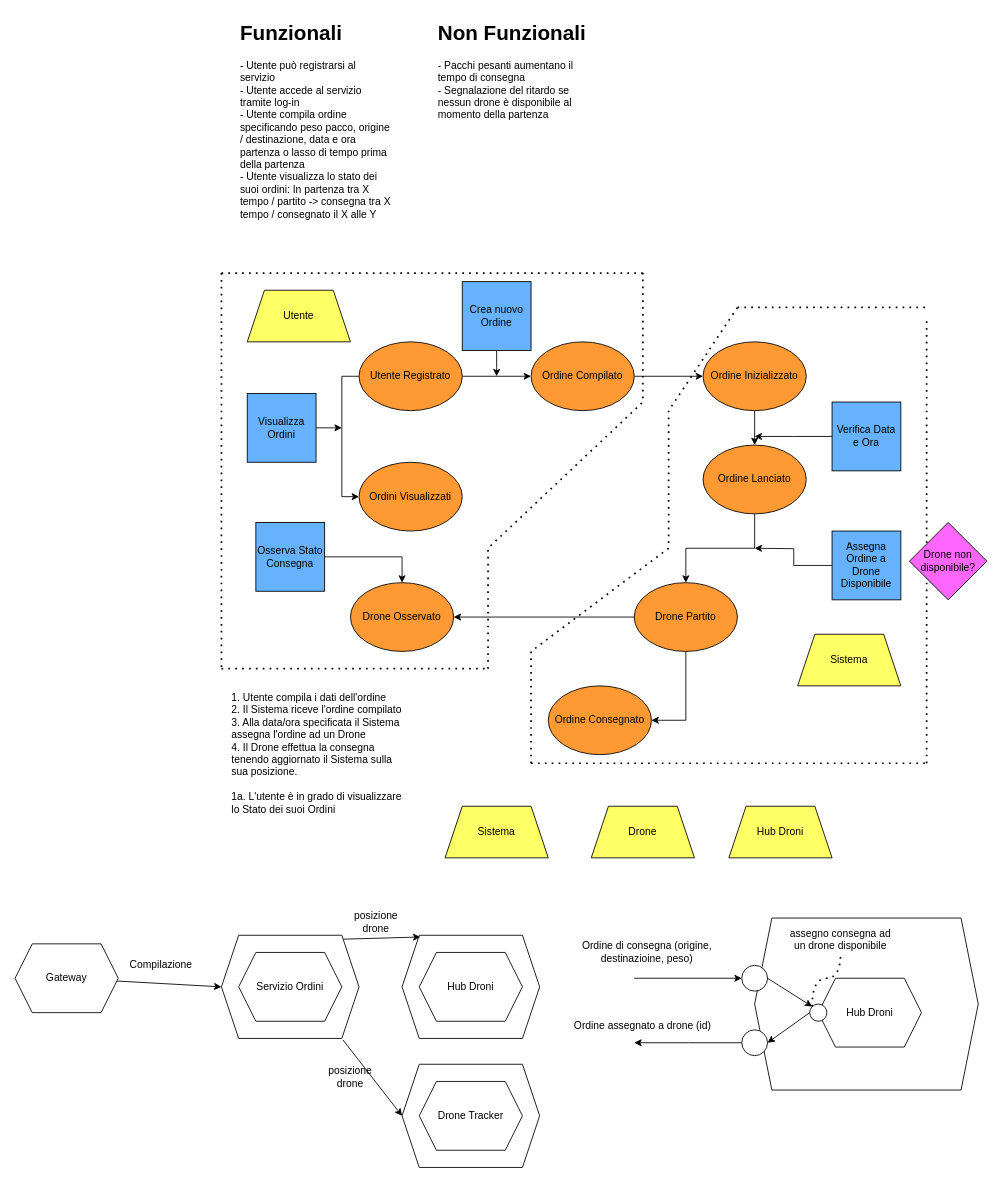
AlessandroStefani/sap_assignment01 keeps this draw.io diagram as doc/event_storming_system.drawio. Above is the earlier version. Source tidied: cells renumbered, new cells numbered last; positions are measured from the earlier drawing's top-left corner, leaving out a move shared by most shapes. Both pictures are drawn from the tidied source at 86%, with x=0, y=0 at pixel (15, 15).
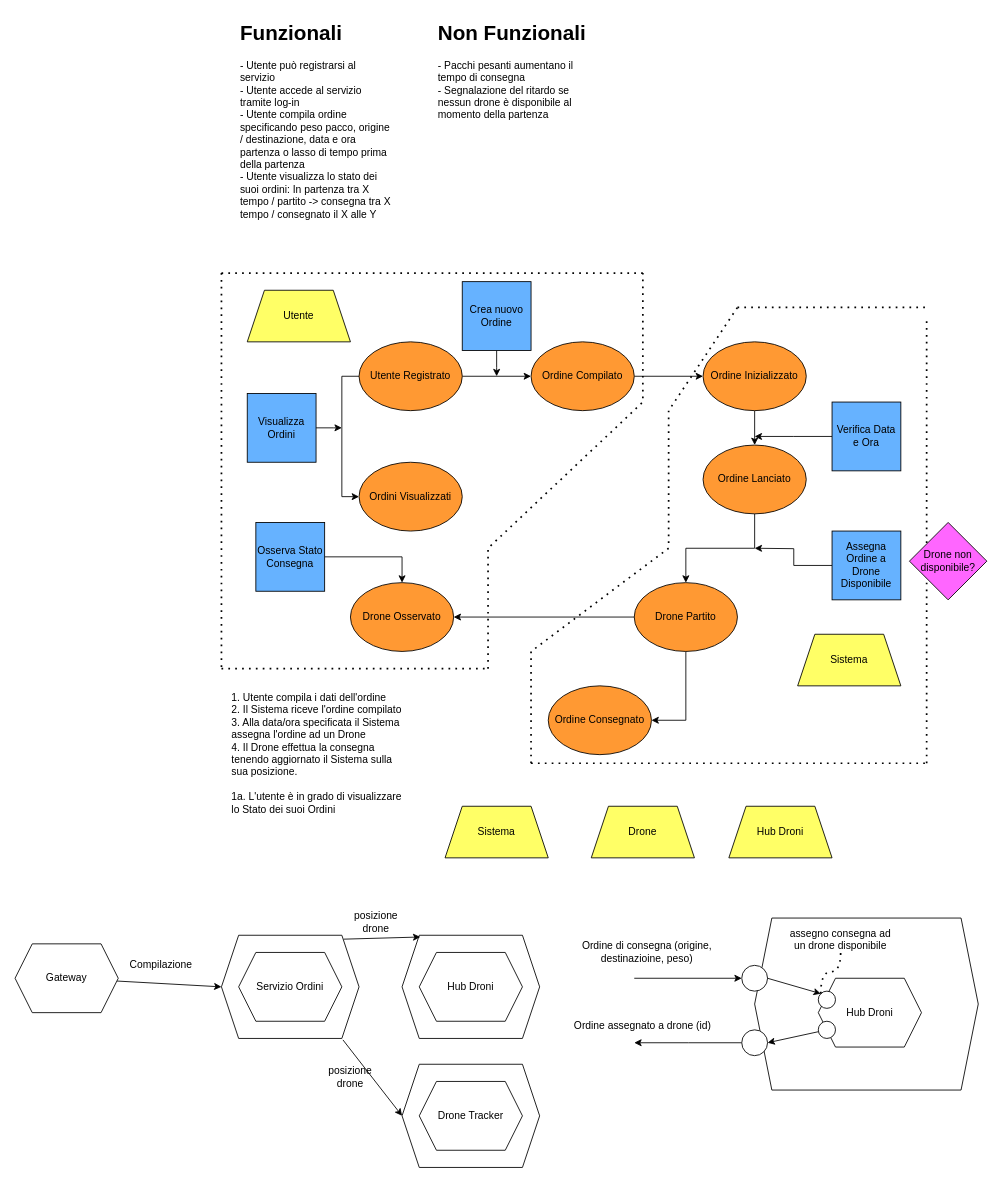
Above is the later version.

Commit message:
corrected inbound-outbound ports and adapted

Unchanged cells that the change refers to:
```xml
<mxCell id="64" style="ellipse;whiteSpace=wrap;html=1;" parent="1" vertex="1">
  <mxGeometry x="845" y="1180" width="30" height="30" as="geometry" />
</mxCell>
```

The edit, as a diff of the source:
```diff
@@
-    <mxCell id="66" style="rounded=0;jettySize=auto;html=1;exitX=0;exitY=0.5;exitDx=0;exitDy=0;entryX=1;entryY=0.5;entryDx=0;entryDy=0;" parent="1" edge="1" source="67" target="64">
+    <mxCell id="66" style="rounded=0;jettySize=auto;html=1;entryX=1;entryY=0.5;entryDx=0;entryDy=0;" parent="1" edge="1" source="71" target="64">
       <mxGeometry relative="1" as="geometry" />
     </mxCell>
     <mxCell id="67" style="ellipse;whiteSpace=wrap;html=1;" parent="1" vertex="1">
-      <mxGeometry x="924" y="1150" width="20" height="20" as="geometry" />
+      <mxGeometry x="934" y="1135" width="20" height="20" as="geometry" />
     </mxCell>
@@
+    <mxCell id="71" style="ellipse;whiteSpace=wrap;html=1;" parent="1" vertex="1">
+      <mxGeometry x="934" y="1170" width="20" height="20" as="geometry" />
+    </mxCell>
```
